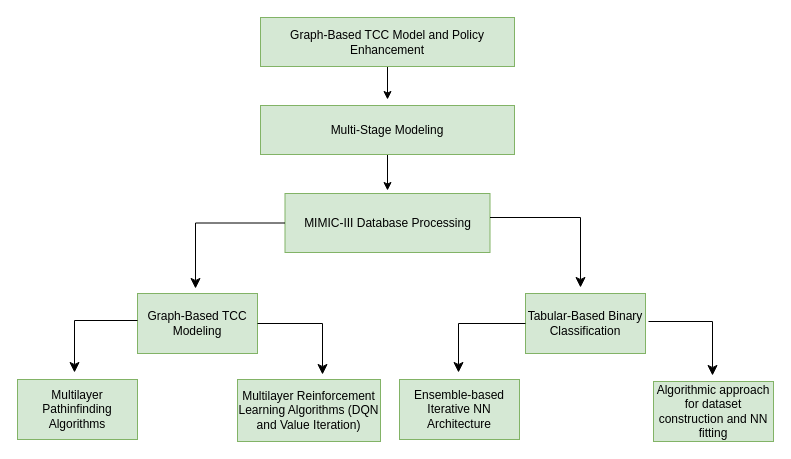
The draw.io diagram page "Page-17" (17 of 17) of mimic3/visualize/visualize.drawio in karen-gishyan/project, before the edit. Source tidied: cells renumbered, new cells numbered last; positions are measured from the earlier drawing's top-left corner, leaving out a move shared by most shapes. Both pictures are drawn from the tidied source at 100%, with x=0, y=0 at pixel (17, 17).
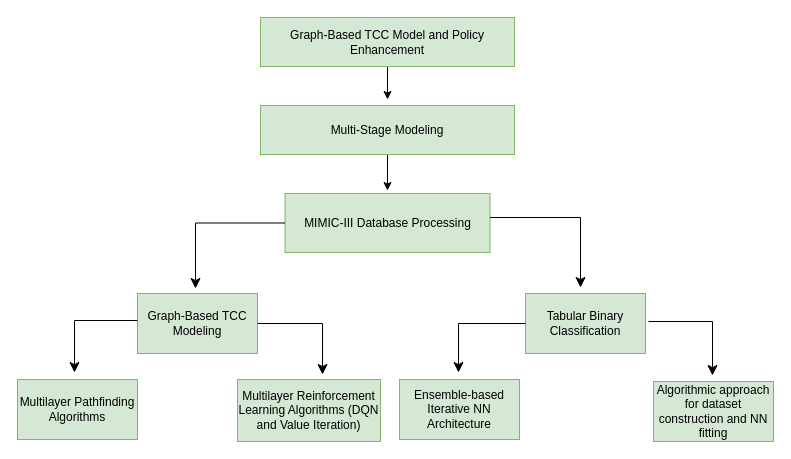
After the change.

Change to the diagram source:
```diff
@@
-    <mxCell id="8" value="Tabular-Based Binary Classification" style="rounded=0;whiteSpace=wrap;html=1;fillColor=#d5e8d4;strokeColor=#82b366;" parent="1" vertex="1">
+    <mxCell id="8" value="Tabular Binary Classification" style="rounded=0;whiteSpace=wrap;html=1;fillColor=#d5e8d4;strokeColor=#82b366;" parent="1" vertex="1">
       <mxGeometry x="508" y="276" width="120" height="60" as="geometry" />
     </mxCell>
@@
-    <mxCell id="10" value="Multilayer Pathinfinding Algorithms" style="rounded=0;whiteSpace=wrap;html=1;fillColor=#d5e8d4;strokeColor=#82b366;" parent="1" vertex="1">
+    <mxCell id="10" value="Multilayer Pathfinding Algorithms" style="rounded=0;whiteSpace=wrap;html=1;fillColor=#d5e8d4;strokeColor=#82b366;" parent="1" vertex="1">
       <mxGeometry y="362" width="120" height="60" as="geometry" />
     </mxCell>
```
